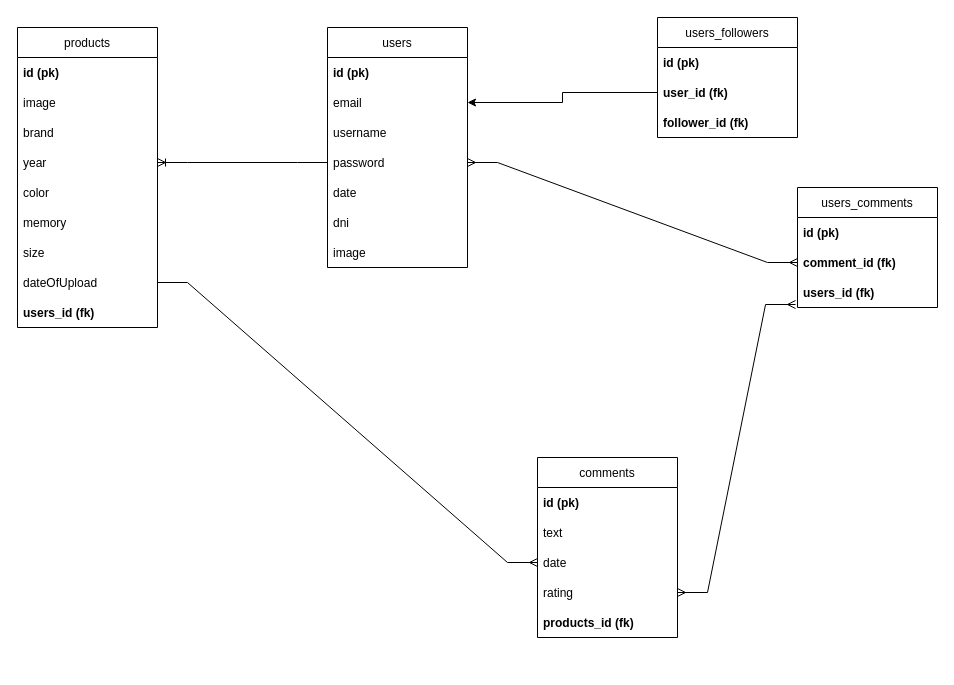
Before: Prog2-G3/database/der/Untitled.drawio in martinquijano5/Prog-2-G3, a draw.io diagram. Source tidied: cells renumbered, new cells numbered last; positions are measured from the earlier drawing's top-left corner, leaving out a move shared by most shapes. Both pictures are drawn from the tidied source at 100%, with x=0, y=0 at pixel (17, 17).
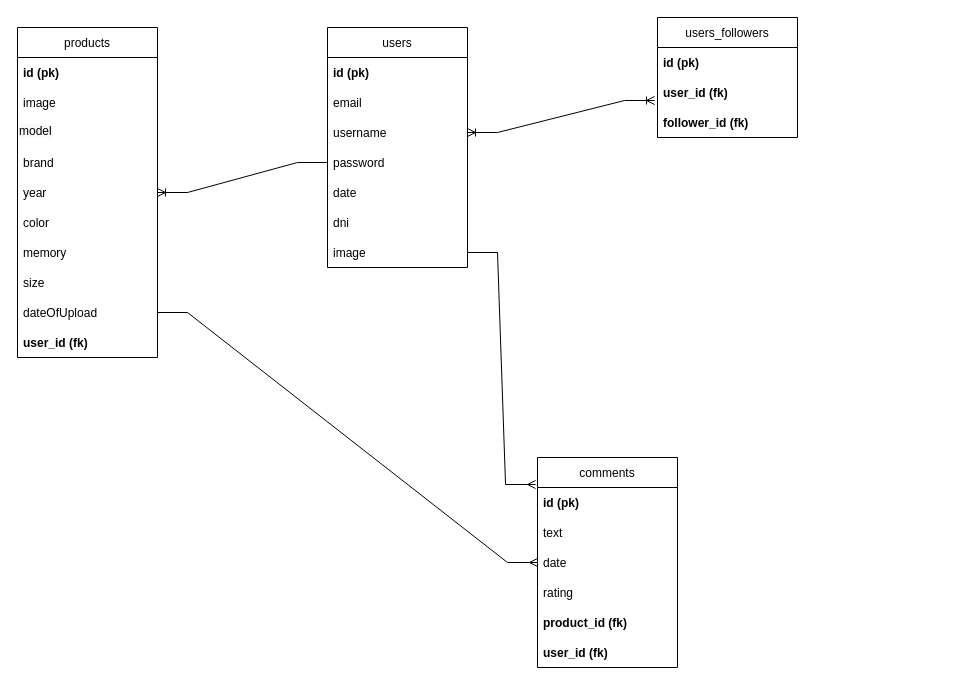
Above is the later version.

Commit message (it also covers changes not shown here):
fix a los nombres en users.js model

Unchanged cells that the change refers to:
```xml
<mxCell id="14" value="email" style="text;strokeColor=none;fillColor=none;align=left;verticalAlign=middle;spacingLeft=4;spacingRight=4;overflow=hidden;points=[[0,0.5],[1,0.5]];portConstraint=eastwest;" parent="12" vertex="1">
  <mxGeometry y="60" width="140" height="30" as="geometry" />
</mxCell>
<mxCell id="15" value="username" style="text;strokeColor=none;fillColor=none;align=left;verticalAlign=middle;spacingLeft=4;spacingRight=4;overflow=hidden;points=[[0,0.5],[1,0.5]];portConstraint=eastwest;" parent="12" vertex="1">
  <mxGeometry y="90" width="140" height="30" as="geometry" />
</mxCell>
<mxCell id="16" value="password" style="text;strokeColor=none;fillColor=none;align=left;verticalAlign=middle;spacingLeft=4;spacingRight=4;overflow=hidden;points=[[0,0.5],[1,0.5]];portConstraint=eastwest;" parent="12" vertex="1">
  <mxGeometry y="120" width="140" height="30" as="geometry" />
</mxCell>
<mxCell id="19" value="image" style="text;strokeColor=none;fillColor=none;align=left;verticalAlign=middle;spacingLeft=4;spacingRight=4;overflow=hidden;points=[[0,0.5],[1,0.5]];portConstraint=eastwest;" parent="12" vertex="1">
  <mxGeometry y="210" width="140" height="30" as="geometry" />
</mxCell>
<mxCell id="21" value="id (pk)" style="text;strokeColor=none;fillColor=none;align=left;verticalAlign=middle;spacingLeft=4;spacingRight=4;overflow=hidden;points=[[0,0.5],[1,0.5]];portConstraint=eastwest;fontStyle=1;" parent="20" vertex="1">
  <mxGeometry y="30" width="140" height="30" as="geometry" />
</mxCell>
<mxCell id="24" value="rating" style="text;strokeColor=none;fillColor=none;align=left;verticalAlign=middle;spacingLeft=4;spacingRight=4;overflow=hidden;points=[[0,0.5],[1,0.5]];portConstraint=eastwest;" parent="20" vertex="1">
  <mxGeometry y="120" width="140" height="30" as="geometry" />
</mxCell>
<mxCell id="36" value="user_id (fk)" style="text;strokeColor=none;fillColor=none;align=left;verticalAlign=middle;spacingLeft=4;spacingRight=4;overflow=hidden;points=[[0,0.5],[1,0.5]];portConstraint=eastwest;fontStyle=1;" parent="34" vertex="1">
  <mxGeometry y="60" width="140" height="30" as="geometry" />
</mxCell>
```

Diff of the diagram source:
```diff
@@
     <mxCell id="2" value="products" style="swimlane;fontStyle=0;horizontal=1;startSize=30;" parent="1" vertex="1">
-      <mxGeometry y="10" width="140" height="300" as="geometry" />
+      <mxGeometry y="10" width="140" height="330" as="geometry" />
     </mxCell>
@@
+    <mxCell id="39" value="&lt;span style=&quot;color: rgb(0, 0, 0); font-family: Helvetica; font-size: 12px; font-style: normal; font-variant-ligatures: normal; font-variant-caps: normal; font-weight: 400; letter-spacing: normal; orphans: 2; text-align: left; text-indent: 0px; text-transform: none; widows: 2; word-spacing: 0px; -webkit-text-stroke-width: 0px; background-color: rgb(248, 249, 250); text-decoration-thickness: initial; text-decoration-style: initial; text-decoration-color: initial; float: none; display: inline !important;&quot;&gt;model&lt;/span&gt;" style="text;whiteSpace=wrap;html=1;" parent="2" vertex="1">
+      <mxGeometry y="90" width="140" height="30" as="geometry" />
+    </mxCell>
     <mxCell id="5" value="brand" style="text;strokeColor=none;fillColor=none;align=left;verticalAlign=middle;spacingLeft=4;spacingRight=4;overflow=hidden;" parent="2" vertex="1">
-      <mxGeometry y="90" width="140" height="30" as="geometry" />
+      <mxGeometry y="120" width="140" height="30" as="geometry" />
     </mxCell>
     <mxCell id="6" value="year" style="text;strokeColor=none;fillColor=none;align=left;verticalAlign=middle;spacingLeft=4;spacingRight=4;overflow=hidden;points=[[0,0.5],[1,0.5]];portConstraint=eastwest;" parent="2" vertex="1">
-      <mxGeometry y="120" width="140" height="30" as="geometry" />
+      <mxGeometry y="150" width="140" height="30" as="geometry" />
     </mxCell>
     <mxCell id="7" value="color" style="text;strokeColor=none;fillColor=none;align=left;verticalAlign=middle;spacingLeft=4;spacingRight=4;overflow=hidden;" parent="2" vertex="1">
-      <mxGeometry y="150" width="140" height="30" as="geometry" />
+      <mxGeometry y="180" width="140" height="30" as="geometry" />
     </mxCell>
     <mxCell id="8" value="memory" style="text;strokeColor=none;fillColor=none;align=left;verticalAlign=middle;spacingLeft=4;spacingRight=4;overflow=hidden;" parent="2" vertex="1">
-      <mxGeometry y="180" width="140" height="30" as="geometry" />
+      <mxGeometry y="210" width="140" height="30" as="geometry" />
     </mxCell>
     <mxCell id="9" value="size" style="text;strokeColor=none;fillColor=none;align=left;verticalAlign=middle;spacingLeft=4;spacingRight=4;overflow=hidden;" parent="2" vertex="1">
-      <mxGeometry y="210" width="140" height="30" as="geometry" />
+      <mxGeometry y="240" width="140" height="30" as="geometry" />
     </mxCell>
     <mxCell id="10" value="dateOfUpload" style="text;strokeColor=none;fillColor=none;align=left;verticalAlign=middle;spacingLeft=4;spacingRight=4;overflow=hidden;points=[[0,0.5],[1,0.5]];portConstraint=eastwest;" parent="2" vertex="1">
-      <mxGeometry y="240" width="140" height="30" as="geometry" />
+      <mxGeometry y="270" width="140" height="30" as="geometry" />
     </mxCell>
-    <mxCell id="11" value="users_id (fk)" style="text;strokeColor=none;fillColor=none;align=left;verticalAlign=middle;spacingLeft=4;spacingRight=4;overflow=hidden;fontStyle=1;" parent="2" vertex="1">
-      <mxGeometry y="270" width="140" height="30" as="geometry" />
+    <mxCell id="11" value="user_id (fk)" style="text;strokeColor=none;fillColor=none;align=left;verticalAlign=middle;spacingLeft=4;spacingRight=4;overflow=hidden;fontStyle=1;" parent="2" vertex="1">
+      <mxGeometry y="300" width="140" height="30" as="geometry" />
     </mxCell>
@@
     <mxCell id="20" value="comments" style="swimlane;fontStyle=0;horizontal=1;startSize=30;" parent="1" vertex="1">
-      <mxGeometry x="520" y="440" width="140" height="180" as="geometry" />
+      <mxGeometry x="520" y="440" width="140" height="210" as="geometry" />
     </mxCell>
@@
-    <mxCell id="25" value="products_id (fk)" style="text;strokeColor=none;fillColor=none;align=left;verticalAlign=middle;spacingLeft=4;spacingRight=4;overflow=hidden;fontStyle=1;" parent="20" vertex="1">
+    <mxCell id="25" value="product_id (fk)" style="text;strokeColor=none;fillColor=none;align=left;verticalAlign=middle;spacingLeft=4;spacingRight=4;overflow=hidden;fontStyle=1;" parent="20" vertex="1">
       <mxGeometry y="150" width="140" height="30" as="geometry" />
     </mxCell>
+    <mxCell id="40" value="user_id (fk)" style="text;strokeColor=none;fillColor=none;align=left;verticalAlign=middle;spacingLeft=4;spacingRight=4;overflow=hidden;fontStyle=1;" parent="20" vertex="1">
+      <mxGeometry y="180" width="140" height="30" as="geometry" />
+    </mxCell>
@@
-    <mxCell id="28" value="users_comments" style="swimlane;fontStyle=0;horizontal=1;startSize=30;" parent="1" vertex="1">
-      <mxGeometry x="780" y="170" width="140" height="120" as="geometry" />
-    </mxCell>
-    <mxCell id="29" value="id (pk)" style="text;strokeColor=none;fillColor=none;align=left;verticalAlign=middle;spacingLeft=4;spacingRight=4;overflow=hidden;fontStyle=1;" parent="28" vertex="1">
-      <mxGeometry y="30" width="140" height="30" as="geometry" />
-    </mxCell>
-    <mxCell id="30" value="comment_id (fk)" style="text;strokeColor=none;fillColor=none;align=left;verticalAlign=middle;spacingLeft=4;spacingRight=4;overflow=hidden;points=[[0,0.5],[1,0.5]];portConstraint=eastwest;fontStyle=1;" parent="28" vertex="1">
-      <mxGeometry y="60" width="140" height="30" as="geometry" />
-    </mxCell>
-    <mxCell id="31" value="users_id (fk)" style="text;strokeColor=none;fillColor=none;align=left;verticalAlign=middle;spacingLeft=4;spacingRight=4;overflow=hidden;points=[[0,0.5],[1,0.5]];portConstraint=eastwest;fontStyle=1;" parent="28" vertex="1">
-      <mxGeometry y="90" width="140" height="30" as="geometry" />
-    </mxCell>
-    <mxCell id="32" style="edgeStyle=entityRelationEdgeStyle;fontSize=12;html=1;endArrow=ERmany;startArrow=ERmany;rounded=0;entryX=0;entryY=0.5;entryDx=0;entryDy=0;exitX=1;exitY=0.5;exitDx=0;exitDy=0;" parent="1" edge="1" source="16" target="30">
-      <mxGeometry relative="1" as="geometry" />
-    </mxCell>
-    <mxCell id="33" style="edgeStyle=entityRelationEdgeStyle;fontSize=12;html=1;endArrow=ERmany;startArrow=ERmany;rounded=0;exitX=1;exitY=0.5;exitDx=0;exitDy=0;entryX=-0.014;entryY=0.9;entryDx=0;entryDy=0;entryPerimeter=0;" parent="1" edge="1" source="24" target="31">
-      <mxGeometry relative="1" as="geometry" />
-    </mxCell>
@@
-    <mxCell id="38" style="edgeStyle=orthogonalEdgeStyle;rounded=0;jettySize=auto;html=1;exitX=0;exitY=0.5;exitDx=0;exitDy=0;entryX=1;entryY=0.5;entryDx=0;entryDy=0;" parent="1" edge="1" source="36" target="14">
-      <mxGeometry relative="1" as="geometry" />
-    </mxCell>
+    <mxCell id="41" style="edgeStyle=entityRelationEdgeStyle;fontSize=12;html=1;endArrow=ERmany;rounded=0;entryX=-0.014;entryY=-0.1;entryDx=0;entryDy=0;exitX=1;exitY=0.5;exitDx=0;exitDy=0;entryPerimeter=0;" parent="1" edge="1" source="19" target="21">
+      <mxGeometry relative="1" as="geometry" />
+    </mxCell>
+    <mxCell id="42" style="edgeStyle=entityRelationEdgeStyle;fontSize=12;html=1;endArrow=ERoneToMany;startArrow=ERoneToMany;rounded=0;exitX=1;exitY=0.5;exitDx=0;exitDy=0;entryX=-0.021;entryY=0.767;entryDx=0;entryDy=0;entryPerimeter=0;" parent="1" edge="1" source="15" target="36">
+      <mxGeometry relative="1" as="geometry" />
+    </mxCell>
```
